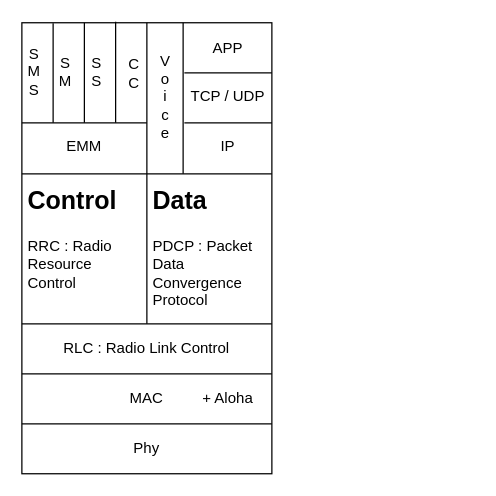
Above: arm/drawio/protocol-stack.drawio in lbo462/course-notes (draw.io), before the change. Source tidied: cells renumbered, new cells numbered last; positions are measured from the earlier drawing's top-left corner, leaving out a move shared by most shapes. Both pictures are drawn from the tidied source at 125%, with x=0, y=0 at pixel (21, 21).
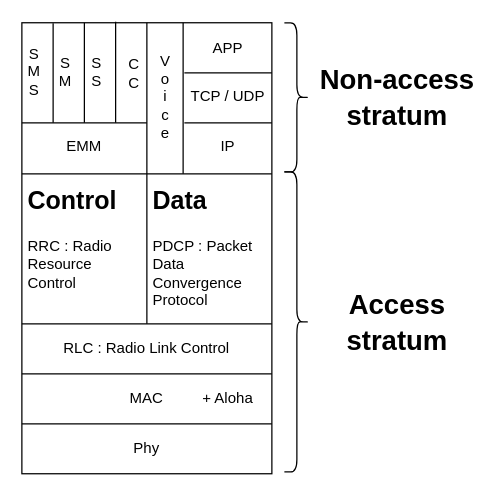
The same page after the edit.

Change to the diagram source:
```diff
@@
+    <mxCell id="30" style="shape=curlyBracket;whiteSpace=wrap;html=1;rounded=1;flipH=1;labelPosition=right;verticalLabelPosition=middle;align=left;verticalAlign=middle;" parent="1" vertex="1">
+      <mxGeometry x="210" y="0.7" width="20" height="119.3" as="geometry" />
+    </mxCell>
+    <mxCell id="31" style="shape=curlyBracket;whiteSpace=wrap;html=1;rounded=1;flipH=1;labelPosition=right;verticalLabelPosition=middle;align=left;verticalAlign=middle;" parent="1" vertex="1">
+      <mxGeometry x="210" y="120" width="20" height="240" as="geometry" />
+    </mxCell>
+    <mxCell id="32" value="&lt;font style=&quot;font-size: 22px;&quot;&gt;Non-access &lt;br&gt;stratum&lt;/font&gt;" style="text;strokeColor=none;fillColor=none;html=1;fontSize=24;fontStyle=1;verticalAlign=middle;align=center;" parent="1" vertex="1">
+      <mxGeometry x="240" y="35" width="120" height="50" as="geometry" />
+    </mxCell>
+    <mxCell id="33" value="&lt;font style=&quot;font-size: 22px;&quot;&gt;Access &lt;br&gt;stratum&lt;/font&gt;" style="text;strokeColor=none;fillColor=none;html=1;fontSize=24;fontStyle=1;verticalAlign=middle;align=center;" parent="1" vertex="1">
+      <mxGeometry x="255" y="215" width="90" height="50" as="geometry" />
+    </mxCell>
```
